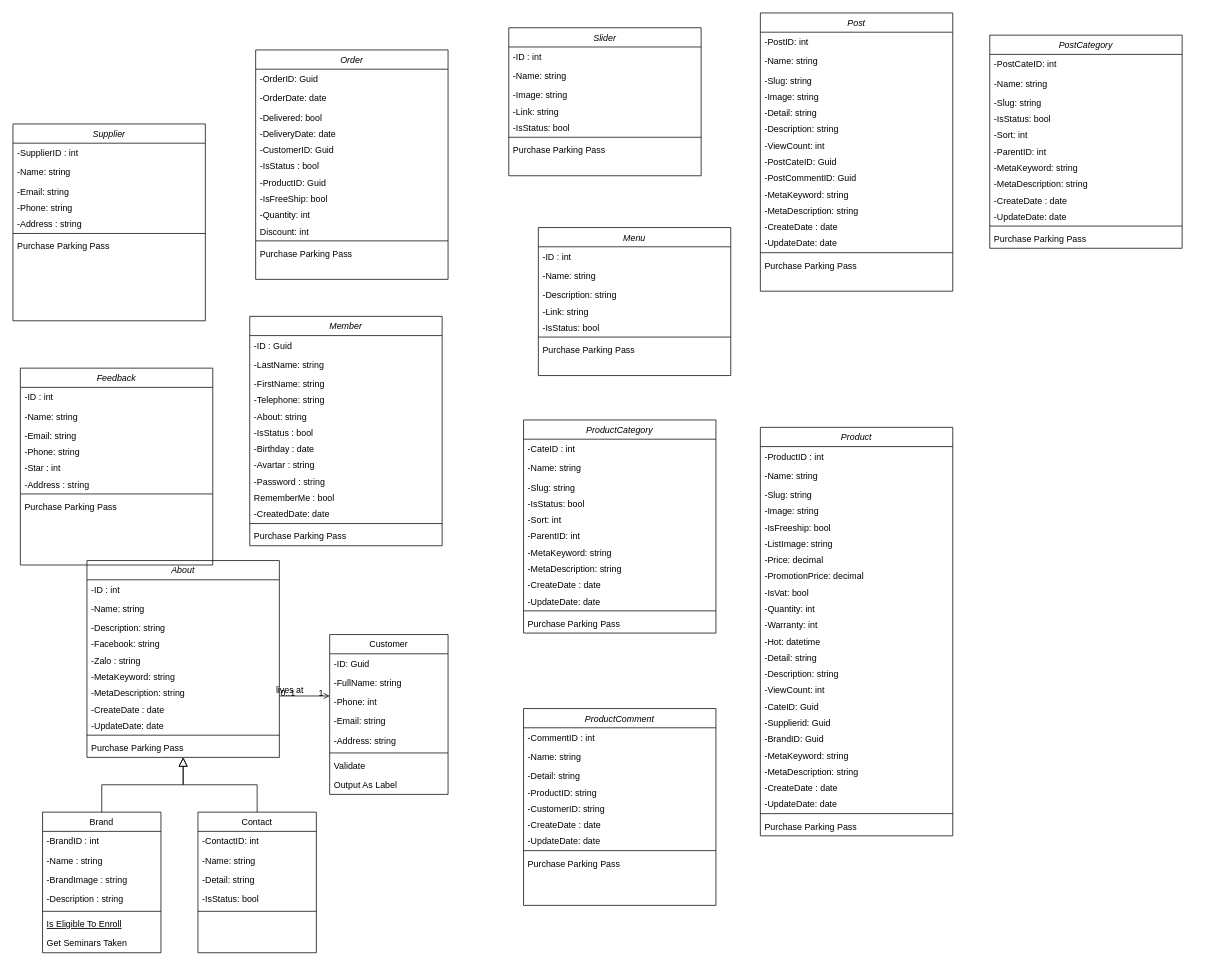
ngochung130201/DoAnWebBanHang keeps this draw.io diagram as Untitled Diagram.drawio. Above is the earlier version. Source tidied: cells renumbered, new cells numbered last; positions are measured from the earlier drawing's top-left corner, leaving out a move shared by most shapes. Both pictures are drawn from the tidied source at 74%, with x=0, y=0 at pixel (13, 13).
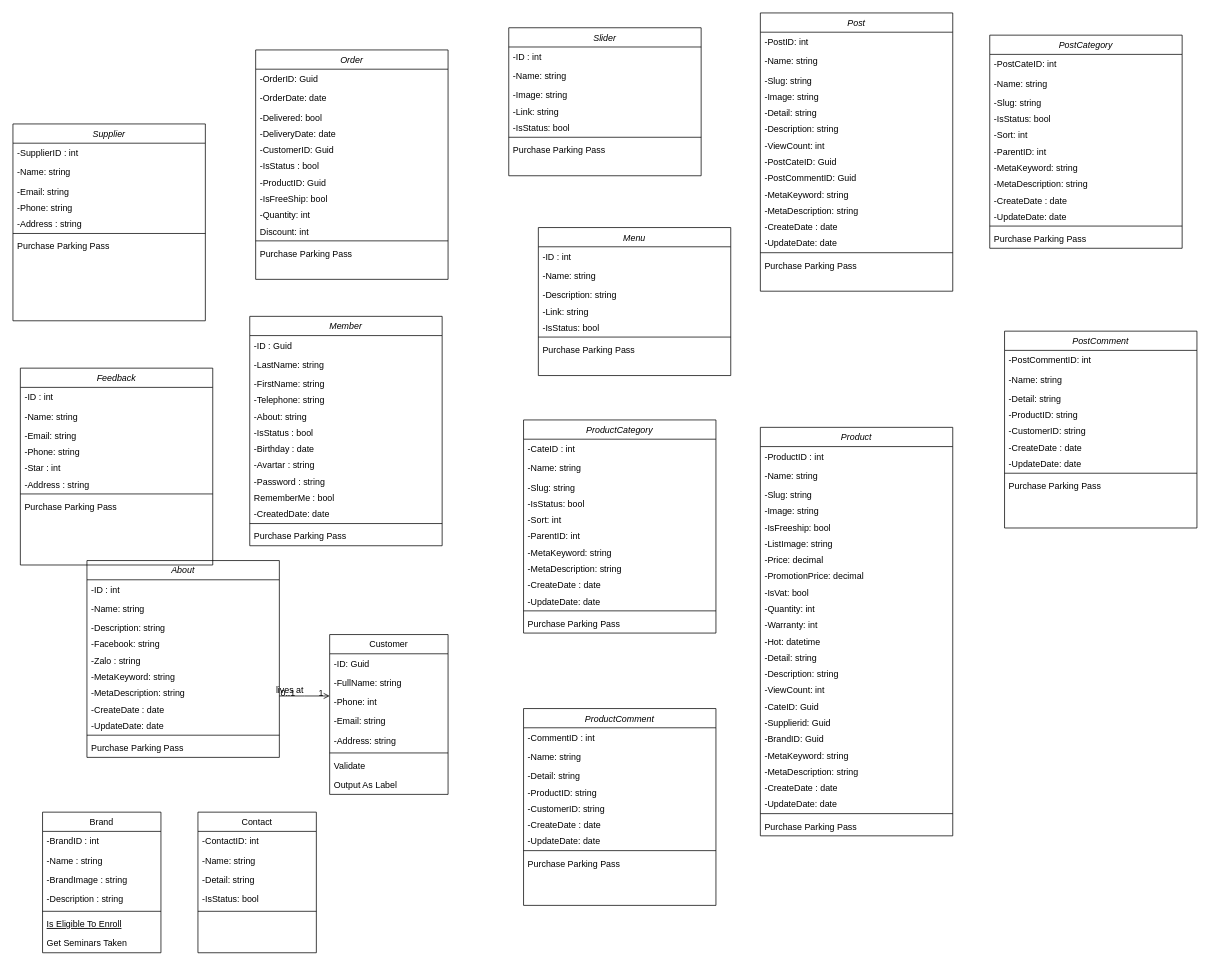
The same diagram, later.

The change refers to these unchanged cells:
```xml
<mxCell id="2" value="About" style="swimlane;fontStyle=2;align=center;verticalAlign=top;horizontal=1;startSize=26;rounded=0;shadow=0;strokeWidth=1;" parent="1" vertex="1">
  <mxGeometry x="100" y="740" width="260" height="266" as="geometry" />
</mxCell>
<mxCell id="15" value="Brand" style="swimlane;fontStyle=0;align=center;verticalAlign=top;horizontal=1;startSize=26;rounded=0;shadow=0;strokeWidth=1;" parent="1" vertex="1">
  <mxGeometry x="40" y="1080" width="160" height="190" as="geometry" />
</mxCell>
<mxCell id="24" value="Contact" style="swimlane;fontStyle=0;align=center;verticalAlign=top;horizontal=1;startSize=26;rounded=0;shadow=0;strokeWidth=1;" parent="1" vertex="1">
  <mxGeometry x="250" y="1080" width="160" height="190" as="geometry" />
</mxCell>
```

The edit, as a diff of the source:
```diff
@@
-    <mxCell id="23" style="endArrow=block;endSize=10;endFill=0;shadow=0;strokeWidth=1;rounded=0;edgeStyle=elbowEdgeStyle;elbow=vertical;" parent="1" edge="1" source="15" target="2">
-      <mxGeometry relative="1" as="geometry" />
-    </mxCell>
@@
-    <mxCell id="30" style="endArrow=block;endSize=10;endFill=0;shadow=0;strokeWidth=1;rounded=0;edgeStyle=elbowEdgeStyle;elbow=vertical;" parent="1" edge="1" source="24" target="2">
-      <mxGeometry relative="1" as="geometry" />
-    </mxCell>
@@
+    <mxCell id="192" value="PostComment" style="swimlane;fontStyle=2;align=center;verticalAlign=top;horizontal=1;startSize=26;rounded=0;shadow=0;strokeWidth=1;" parent="1" vertex="1">
+      <mxGeometry x="1340" y="430" width="260" height="266" as="geometry" />
+    </mxCell>
+    <mxCell id="193" value="-PostCommentID: int" style="text;align=left;verticalAlign=top;spacingLeft=4;spacingRight=4;overflow=hidden;" parent="192" vertex="1">
+      <mxGeometry y="26" width="260" height="26" as="geometry" />
+    </mxCell>
+    <mxCell id="194" value="-Name: string" style="text;align=left;verticalAlign=top;spacingLeft=4;spacingRight=4;overflow=hidden;rounded=0;shadow=0;html=0;" parent="192" vertex="1">
+      <mxGeometry y="52" width="260" height="26" as="geometry" />
+    </mxCell>
+    <mxCell id="195" value="-Detail: string" style="text;align=left;verticalAlign=top;spacingLeft=4;spacingRight=4;overflow=hidden;rounded=0;shadow=0;html=0;" parent="192" vertex="1">
+      <mxGeometry y="78" width="260" height="22" as="geometry" />
+    </mxCell>
+    <mxCell id="196" value="-ProductID: string" style="text;align=left;verticalAlign=top;spacingLeft=4;spacingRight=4;overflow=hidden;points=[[0,0.5],[1,0.5]];portConstraint=eastwest;rounded=0;shadow=0;html=0;" parent="192" vertex="1">
+      <mxGeometry y="100" width="260" height="22" as="geometry" />
+    </mxCell>
+    <mxCell id="197" value="-CustomerID: string" style="text;align=left;verticalAlign=top;spacingLeft=4;spacingRight=4;overflow=hidden;rounded=0;shadow=0;html=0;" parent="192" vertex="1">
+      <mxGeometry y="122" width="260" height="22" as="geometry" />
+    </mxCell>
+    <mxCell id="198" value="-CreateDate : date" style="text;align=left;verticalAlign=top;spacingLeft=4;spacingRight=4;overflow=hidden;rounded=0;shadow=0;html=0;" parent="192" vertex="1">
+      <mxGeometry y="144" width="260" height="22" as="geometry" />
+    </mxCell>
+    <mxCell id="199" value="-UpdateDate: date" style="text;align=left;verticalAlign=top;spacingLeft=4;spacingRight=4;overflow=hidden;rounded=0;shadow=0;html=0;" parent="192" vertex="1">
+      <mxGeometry y="166" width="260" height="22" as="geometry" />
+    </mxCell>
+    <mxCell id="200" style="line;html=1;strokeWidth=1;align=left;verticalAlign=middle;spacingTop=-1;spacingLeft=3;spacingRight=3;labelPosition=right;" parent="192" vertex="1">
+      <mxGeometry y="188" width="260" height="8" as="geometry" />
+    </mxCell>
+    <mxCell id="201" value="Purchase Parking Pass" style="text;align=left;verticalAlign=top;spacingLeft=4;spacingRight=4;overflow=hidden;" parent="192" vertex="1">
+      <mxGeometry y="196" width="260" height="26" as="geometry" />
+    </mxCell>
+    <mxCell id="202" style="edgeStyle=orthogonalEdgeStyle;rounded=0;orthogonalLoop=1;jettySize=auto;html=1;exitX=1;exitY=0.5;exitDx=0;exitDy=0;" parent="192" edge="1" source="196" target="196">
+      <mxGeometry relative="1" as="geometry" />
+    </mxCell>
```
